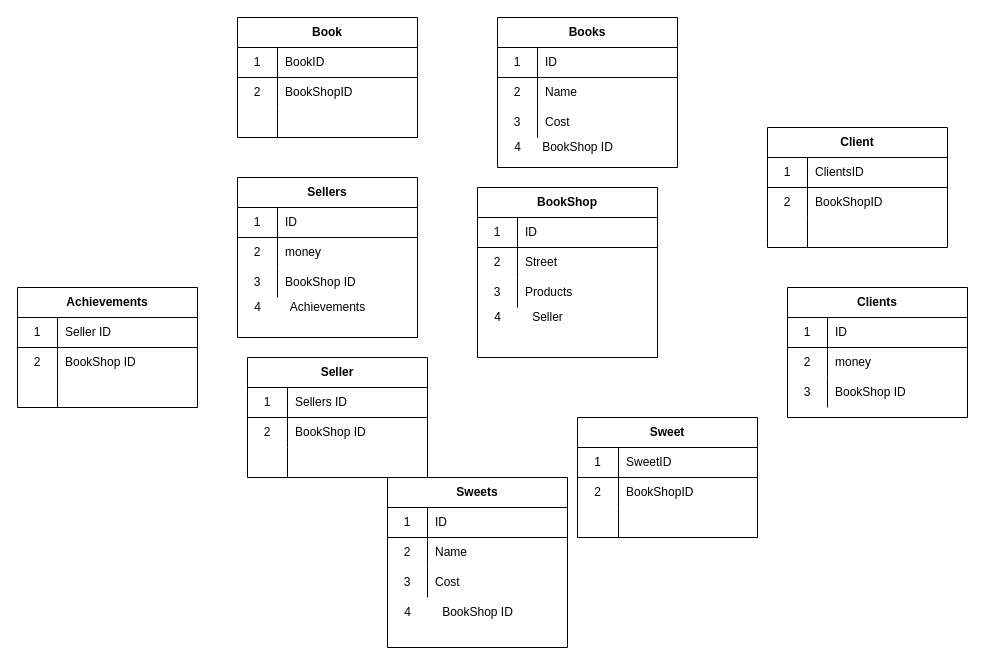
Isska-prog/Autor keeps this draw.io diagram as Untitled Diagram.drawio. Above is the earlier version. Source tidied: cells renumbered, new cells numbered last; positions are measured from the earlier drawing's top-left corner, leaving out a move shared by most shapes. Both pictures are drawn from the tidied source at 100%, with x=0, y=0 at pixel (17, 17).
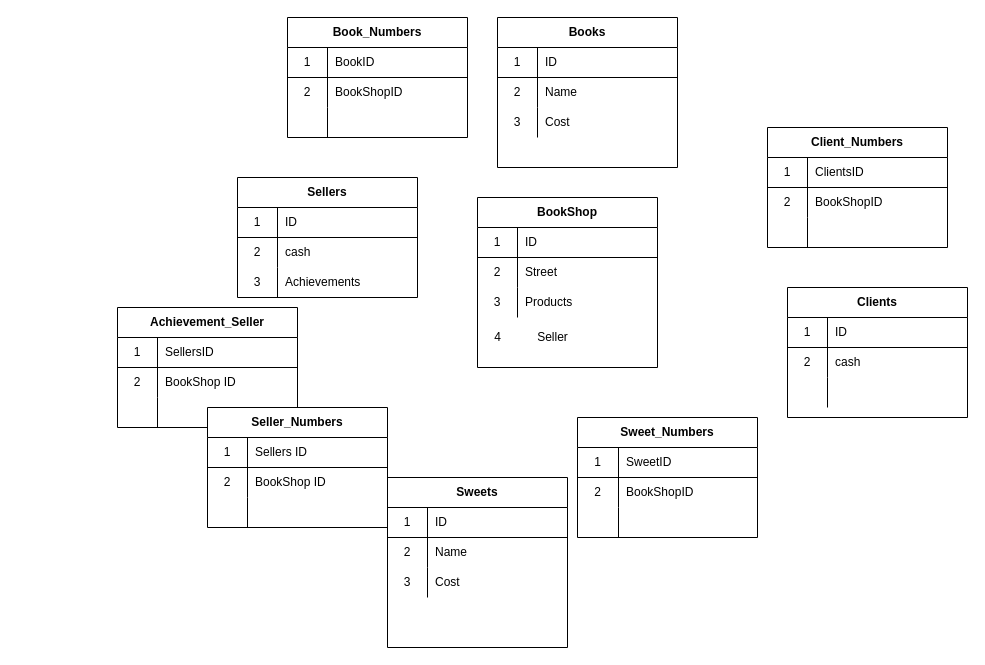
The same page after the edit.

The change refers to these unchanged cells:
```xml
<mxCell id="36" style="shape=partialRectangle;html=1;whiteSpace=wrap;fillColor=none;top=0;left=0;bottom=0;right=0;" parent="32" vertex="1">
  <mxGeometry y="60" width="180" height="30" as="geometry" />
</mxCell>
<mxCell id="39" style="shape=partialRectangle;html=1;whiteSpace=wrap;fillColor=none;top=0;left=0;bottom=0;right=0;" parent="32" vertex="1">
  <mxGeometry y="90" width="180" height="30" as="geometry" />
</mxCell>
<mxCell id="82" style="shape=partialRectangle;html=1;whiteSpace=wrap;fillColor=none;top=0;left=0;bottom=0;right=0;" parent="78" vertex="1">
  <mxGeometry y="60" width="180" height="30" as="geometry" />
</mxCell>
<mxCell id="85" style="shape=partialRectangle;html=1;whiteSpace=wrap;fillColor=none;top=0;left=0;bottom=0;right=0;" parent="78" vertex="1">
  <mxGeometry y="90" width="180" height="30" as="geometry" />
</mxCell>
<mxCell id="91" style="shape=partialRectangle;html=1;whiteSpace=wrap;fillColor=none;top=0;left=0;bottom=1;right=0;" parent="90" vertex="1">
  <mxGeometry y="30" width="180" height="30" as="geometry" />
</mxCell>
```

What changed in the source:
```diff
@@
     <mxCell id="2" value="BookShop" style="shape=table;html=1;whiteSpace=wrap;startSize=30;childLayout=tableLayout;rowLines=0;fontStyle=1;align=center;" parent="1" vertex="1">
-      <mxGeometry x="460" y="170" width="180" height="170" as="geometry" />
+      <mxGeometry x="460" y="180" width="180" height="170" as="geometry" />
     </mxCell>
@@
-    <mxCell id="22" value="Book" style="shape=table;html=1;whiteSpace=wrap;startSize=30;childLayout=tableLayout;rowLines=0;fontStyle=1;align=center;" parent="1" vertex="1">
-      <mxGeometry x="220" width="180" height="120" as="geometry" />
+    <mxCell id="22" value="Book_Numbers" style="shape=table;html=1;whiteSpace=wrap;startSize=30;childLayout=tableLayout;rowLines=0;fontStyle=1;align=center;" parent="1" vertex="1">
+      <mxGeometry x="270" width="180" height="120" as="geometry" />
     </mxCell>
@@
-    <mxCell id="38" value="money" style="shape=partialRectangle;html=1;whiteSpace=wrap;fillColor=none;top=0;left=0;bottom=0;right=0;align=left;spacingLeft=6;overflow=hidden;" parent="36" vertex="1">
+    <mxCell id="38" value="cash" style="shape=partialRectangle;html=1;whiteSpace=wrap;fillColor=none;top=0;left=0;bottom=0;right=0;align=left;spacingLeft=6;overflow=hidden;" parent="36" vertex="1">
       <mxGeometry x="40" width="140" height="30" as="geometry" />
     </mxCell>
@@
-    <mxCell id="40" value="3" style="shape=partialRectangle;html=1;whiteSpace=wrap;fillColor=none;top=0;left=0;bottom=0;right=0;overflow=hidden;" parent="39" vertex="1">
+    <mxCell id="40" style="shape=partialRectangle;html=1;whiteSpace=wrap;fillColor=none;top=0;left=0;bottom=0;right=0;overflow=hidden;" parent="39" vertex="1">
       <mxGeometry width="40" height="30" as="geometry" />
     </mxCell>
-    <mxCell id="41" value="BookShop ID" style="shape=partialRectangle;html=1;whiteSpace=wrap;fillColor=none;top=0;left=0;bottom=0;right=0;align=left;spacingLeft=6;overflow=hidden;" parent="39" vertex="1">
+    <mxCell id="41" style="shape=partialRectangle;html=1;whiteSpace=wrap;fillColor=none;top=0;left=0;bottom=0;right=0;align=left;spacingLeft=6;overflow=hidden;" parent="39" vertex="1">
       <mxGeometry x="40" width="140" height="30" as="geometry" />
     </mxCell>
@@
-    <mxCell id="52" value="Sweet" style="shape=table;html=1;whiteSpace=wrap;startSize=30;childLayout=tableLayout;rowLines=0;fontStyle=1;align=center;" parent="1" vertex="1">
+    <mxCell id="52" value="Sweet_Numbers" style="shape=table;html=1;whiteSpace=wrap;startSize=30;childLayout=tableLayout;rowLines=0;fontStyle=1;align=center;" parent="1" vertex="1">
       <mxGeometry x="560" y="400" width="180" height="120" as="geometry" />
     </mxCell>
@@
-    <mxCell id="62" value="Client" style="shape=table;html=1;whiteSpace=wrap;startSize=30;childLayout=tableLayout;rowLines=0;fontStyle=1;align=center;" parent="1" vertex="1">
+    <mxCell id="62" value="Client_Numbers" style="shape=table;html=1;whiteSpace=wrap;startSize=30;childLayout=tableLayout;rowLines=0;fontStyle=1;align=center;" parent="1" vertex="1">
       <mxGeometry x="750" y="110" width="180" height="120" as="geometry" />
     </mxCell>
@@
-    <mxCell id="72" value="4" style="text;html=1;align=center;verticalAlign=middle;strokeColor=none;" parent="1" vertex="1">
-      <mxGeometry x="490" y="120" width="20" height="20" as="geometry" />
-    </mxCell>
-    <mxCell id="73" value="BookShop ID" style="text;html=1;align=center;verticalAlign=middle;strokeColor=none;" parent="1" vertex="1">
-      <mxGeometry x="515" y="120" width="90" height="20" as="geometry" />
-    </mxCell>
-    <mxCell id="74" value="4" style="text;html=1;align=center;verticalAlign=middle;strokeColor=none;" parent="1" vertex="1">
-      <mxGeometry x="380" y="585" width="20" height="20" as="geometry" />
-    </mxCell>
-    <mxCell id="75" value="BookShop ID" style="text;html=1;align=center;verticalAlign=middle;strokeColor=none;" parent="1" vertex="1">
-      <mxGeometry x="415" y="585" width="90" height="20" as="geometry" />
-    </mxCell>
     <mxCell id="76" value="4" style="text;html=1;align=center;verticalAlign=middle;strokeColor=none;" parent="1" vertex="1">
-      <mxGeometry x="470" y="290" width="20" height="20" as="geometry" />
+      <mxGeometry x="470" y="310" width="20" height="20" as="geometry" />
     </mxCell>
     <mxCell id="77" value="Seller" style="text;html=1;align=center;verticalAlign=middle;strokeColor=none;" parent="1" vertex="1">
-      <mxGeometry x="505" y="290" width="50" height="20" as="geometry" />
+      <mxGeometry x="510" y="310" width="50" height="20" as="geometry" />
     </mxCell>
     <mxCell id="78" value="Sellers" style="shape=table;html=1;whiteSpace=wrap;startSize=30;childLayout=tableLayout;rowLines=0;fontStyle=1;align=center;" parent="1" vertex="1">
-      <mxGeometry x="220" y="160" width="180" height="160" as="geometry" />
+      <mxGeometry x="220" y="160" width="180" height="120" as="geometry" />
     </mxCell>
@@
-    <mxCell id="84" value="money" style="shape=partialRectangle;html=1;whiteSpace=wrap;fillColor=none;top=0;left=0;bottom=0;right=0;align=left;spacingLeft=6;overflow=hidden;" parent="82" vertex="1">
+    <mxCell id="84" value="cash" style="shape=partialRectangle;html=1;whiteSpace=wrap;fillColor=none;top=0;left=0;bottom=0;right=0;align=left;spacingLeft=6;overflow=hidden;" parent="82" vertex="1">
       <mxGeometry x="40" width="140" height="30" as="geometry" />
     </mxCell>
@@
-    <mxCell id="87" value="BookShop ID" style="shape=partialRectangle;html=1;whiteSpace=wrap;fillColor=none;top=0;left=0;bottom=0;right=0;align=left;spacingLeft=6;overflow=hidden;" parent="85" vertex="1">
+    <mxCell id="87" value="&lt;span style=&quot;text-align: center&quot;&gt;Achievements&lt;/span&gt;" style="shape=partialRectangle;html=1;whiteSpace=wrap;fillColor=none;top=0;left=0;bottom=0;right=0;align=left;spacingLeft=6;overflow=hidden;" parent="85" vertex="1">
       <mxGeometry x="40" width="140" height="30" as="geometry" />
     </mxCell>
-    <mxCell id="88" value="4" style="text;html=1;align=center;verticalAlign=middle;strokeColor=none;" parent="1" vertex="1">
-      <mxGeometry x="230" y="280" width="20" height="20" as="geometry" />
-    </mxCell>
-    <mxCell id="89" value="Achievements" style="text;html=1;align=center;verticalAlign=middle;strokeColor=none;" parent="1" vertex="1">
-      <mxGeometry x="265" y="280" width="90" height="20" as="geometry" />
-    </mxCell>
-    <mxCell id="90" value="Achievements" style="shape=table;html=1;whiteSpace=wrap;startSize=30;childLayout=tableLayout;rowLines=0;fontStyle=1;align=center;" parent="1" vertex="1">
-      <mxGeometry y="270" width="180" height="120" as="geometry" />
+    <mxCell id="90" value="Achievement_Seller" style="shape=table;html=1;whiteSpace=wrap;startSize=30;childLayout=tableLayout;rowLines=0;fontStyle=1;align=center;" parent="1" vertex="1">
+      <mxGeometry x="100" y="290" width="180" height="120" as="geometry" />
     </mxCell>
@@
-    <mxCell id="93" value="Seller ID" style="shape=partialRectangle;html=1;whiteSpace=wrap;fillColor=none;top=0;left=0;bottom=0;right=0;align=left;spacingLeft=6;overflow=hidden;" parent="91" vertex="1">
+    <mxCell id="93" value="SellersID" style="shape=partialRectangle;html=1;whiteSpace=wrap;fillColor=none;top=0;left=0;bottom=0;right=0;align=left;spacingLeft=6;overflow=hidden;" parent="91" vertex="1">
       <mxGeometry x="40" width="140" height="30" as="geometry" />
     </mxCell>
@@
-    <mxCell id="100" value="Seller" style="shape=table;html=1;whiteSpace=wrap;startSize=30;childLayout=tableLayout;rowLines=0;fontStyle=1;align=center;" parent="1" vertex="1">
-      <mxGeometry x="230" y="340" width="180" height="120" as="geometry" />
+    <mxCell id="100" value="Seller_Numbers" style="shape=table;html=1;whiteSpace=wrap;startSize=30;childLayout=tableLayout;rowLines=0;fontStyle=1;align=center;" parent="1" vertex="1">
+      <mxGeometry x="190" y="390" width="180" height="120" as="geometry" />
     </mxCell>
```
